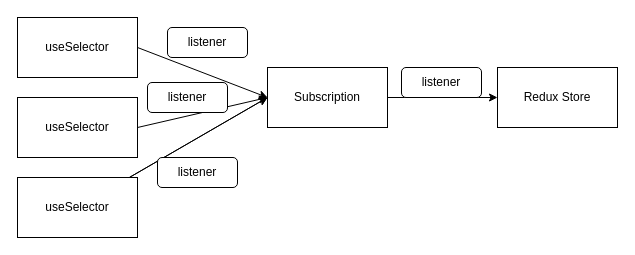
choiseunghyeon/TIL keeps this draw.io diagram as Redux/react-redux.drawio. Above is the earlier version. Source tidied: cells renumbered, new cells numbered last; positions are measured from the earlier drawing's top-left corner, leaving out a move shared by most shapes. Both pictures are drawn from the tidied source at 100%, with x=0, y=0 at pixel (17, 17).
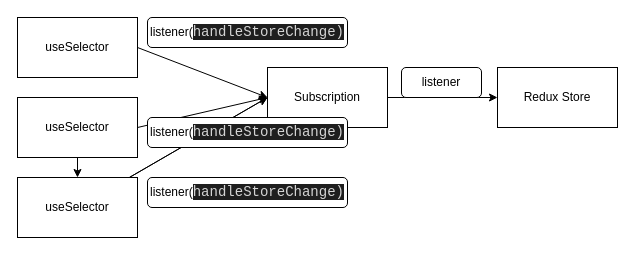
The same page after the edit.

Commit message (it also covers changes not shown here):
react-redux 분석 2차

Diff of the diagram source:
```diff
@@
 <mxGraphModel>
   <root>
     <mxCell id="0" />
     <mxCell id="1" parent="0" />
     <mxCell id="2" value="Redux Store" style="rounded=0;whiteSpace=wrap;html=1;" parent="1" vertex="1">
       <mxGeometry x="480" y="50" width="120" height="60" as="geometry" />
     </mxCell>
     <mxCell id="3" style="edgeStyle=none;html=1;exitX=1;exitY=0.5;exitDx=0;exitDy=0;entryX=0;entryY=0.5;entryDx=0;entryDy=0;" parent="1" edge="1" source="4" target="2">
       <mxGeometry relative="1" as="geometry" />
     </mxCell>
     <mxCell id="4" value="Subscription" style="rounded=0;whiteSpace=wrap;html=1;" parent="1" vertex="1">
       <mxGeometry x="250" y="50" width="120" height="60" as="geometry" />
     </mxCell>
-    <mxCell id="5" value="listener" style="rounded=1;whiteSpace=wrap;html=1;" parent="1" vertex="1">
-      <mxGeometry x="150" y="10" width="80" height="30" as="geometry" />
+    <mxCell id="5" value="listener(&lt;span style=&quot;background-color: rgb(30 , 30 , 30) ; color: rgb(212 , 212 , 212) ; font-family: &amp;#34;consolas&amp;#34; , &amp;#34;courier new&amp;#34; , monospace ; font-size: 14px&quot;&gt;handleStoreChange)&lt;/span&gt;" style="rounded=1;whiteSpace=wrap;html=1;" parent="1" vertex="1">
+      <mxGeometry x="130" width="200" height="30" as="geometry" />
     </mxCell>
     <mxCell id="6" style="edgeStyle=none;html=1;exitX=1;exitY=0.5;exitDx=0;exitDy=0;entryX=0;entryY=0.5;entryDx=0;entryDy=0;" parent="1" edge="1" source="7" target="4">
       <mxGeometry relative="1" as="geometry" />
     </mxCell>
     <mxCell id="7" value="useSelector" style="rounded=0;whiteSpace=wrap;html=1;" parent="1" vertex="1">
       <mxGeometry width="120" height="60" as="geometry" />
     </mxCell>
     <mxCell id="8" style="edgeStyle=none;html=1;exitX=1;exitY=0.5;exitDx=0;exitDy=0;entryX=0;entryY=0.5;entryDx=0;entryDy=0;" parent="1" edge="1" source="9" target="4">
       <mxGeometry relative="1" as="geometry" />
     </mxCell>
+    <mxCell id="17" style="edgeStyle=none;html=1;" parent="1" edge="1" source="9" target="13">
+      <mxGeometry relative="1" as="geometry" />
+    </mxCell>
     <mxCell id="9" value="useSelector" style="rounded=0;whiteSpace=wrap;html=1;" parent="1" vertex="1">
       <mxGeometry y="80" width="120" height="60" as="geometry" />
     </mxCell>
     <mxCell id="10" style="edgeStyle=none;html=1;entryX=0;entryY=0.5;entryDx=0;entryDy=0;" parent="1" edge="1" source="11" target="4">
       <mxGeometry relative="1" as="geometry" />
     </mxCell>
     <mxCell id="11" value="useSelector" style="rounded=0;whiteSpace=wrap;html=1;" parent="1" vertex="1">
       <mxGeometry y="160" width="120" height="60" as="geometry" />
     </mxCell>
     <mxCell id="12" style="edgeStyle=none;html=1;entryX=0;entryY=0.5;entryDx=0;entryDy=0;" parent="1" edge="1" source="13">
       <mxGeometry relative="1" as="geometry">
         <mxPoint x="250" y="80" as="targetPoint" />
       </mxGeometry>
     </mxCell>
     <mxCell id="13" value="useSelector" style="rounded=0;whiteSpace=wrap;html=1;" parent="1" vertex="1">
       <mxGeometry y="160" width="120" height="60" as="geometry" />
     </mxCell>
-    <mxCell id="14" value="listener" style="rounded=1;whiteSpace=wrap;html=1;" parent="1" vertex="1">
-      <mxGeometry x="130" y="65" width="80" height="30" as="geometry" />
-    </mxCell>
-    <mxCell id="15" value="listener" style="rounded=1;whiteSpace=wrap;html=1;" parent="1" vertex="1">
-      <mxGeometry x="140" y="140" width="80" height="30" as="geometry" />
-    </mxCell>
     <mxCell id="16" value="listener" style="rounded=1;whiteSpace=wrap;html=1;" parent="1" vertex="1">
       <mxGeometry x="384" y="50" width="80" height="30" as="geometry" />
     </mxCell>
+    <mxCell id="18" value="listener(&lt;span style=&quot;background-color: rgb(30 , 30 , 30) ; color: rgb(212 , 212 , 212) ; font-family: &amp;#34;consolas&amp;#34; , &amp;#34;courier new&amp;#34; , monospace ; font-size: 14px&quot;&gt;handleStoreChange)&lt;/span&gt;" style="rounded=1;whiteSpace=wrap;html=1;" parent="1" vertex="1">
+      <mxGeometry x="130" y="160" width="200" height="30" as="geometry" />
+    </mxCell>
+    <mxCell id="19" value="listener(&lt;span style=&quot;background-color: rgb(30 , 30 , 30) ; color: rgb(212 , 212 , 212) ; font-family: &amp;#34;consolas&amp;#34; , &amp;#34;courier new&amp;#34; , monospace ; font-size: 14px&quot;&gt;handleStoreChange)&lt;/span&gt;" style="rounded=1;whiteSpace=wrap;html=1;" parent="1" vertex="1">
+      <mxGeometry x="130" y="100" width="200" height="30" as="geometry" />
+    </mxCell>
   </root>
 </mxGraphModel>
```
